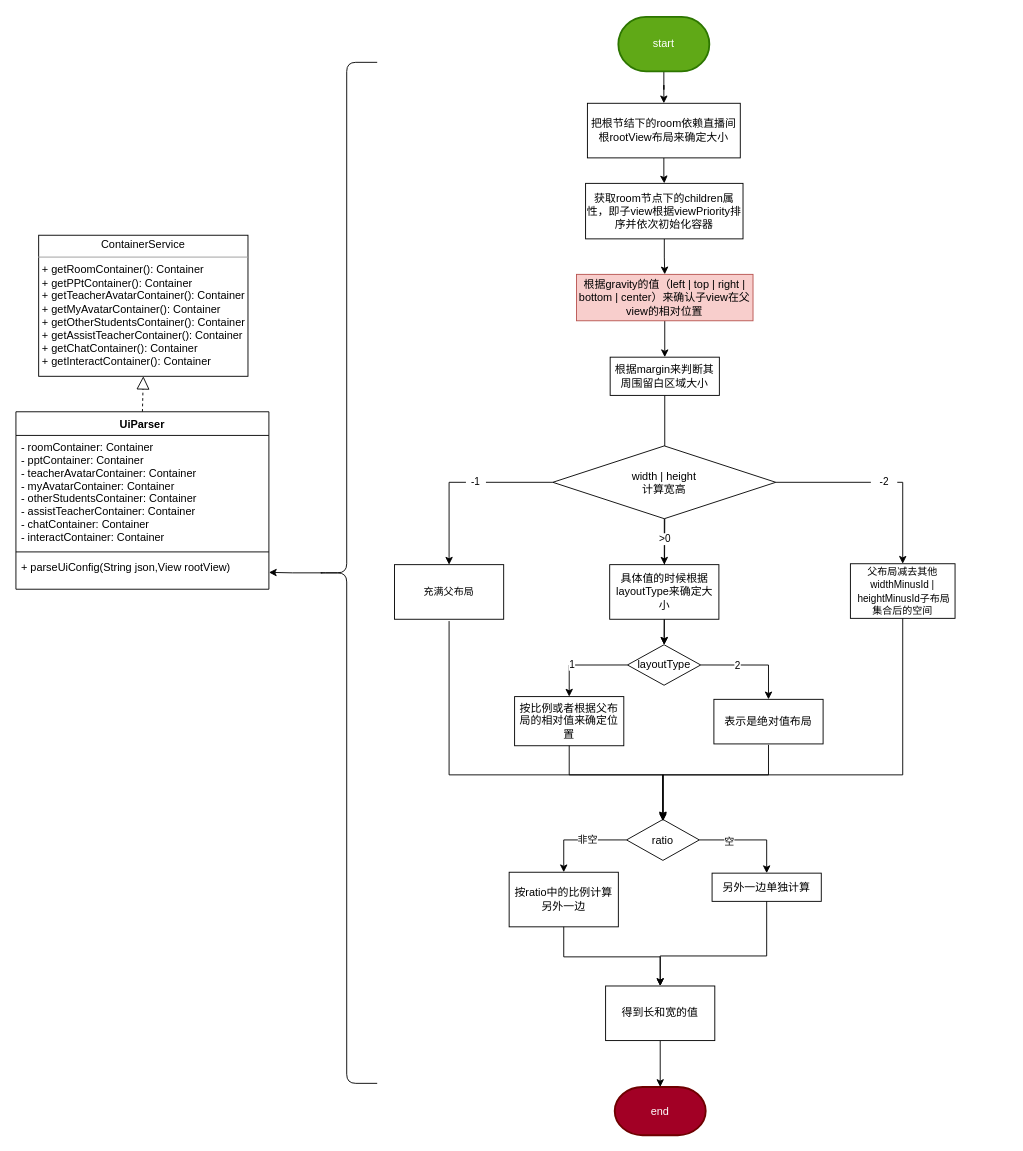
Earlier version of the draw.io diagram ui配置化类图+流程图.drawio (AuxLuffy/uiconfig). Source tidied: cells renumbered, new cells numbered last; positions are measured from the earlier drawing's top-left corner, leaving out a move shared by most shapes. Both pictures are drawn from the tidied source at 91%, with x=0, y=0 at pixel (15, 16).
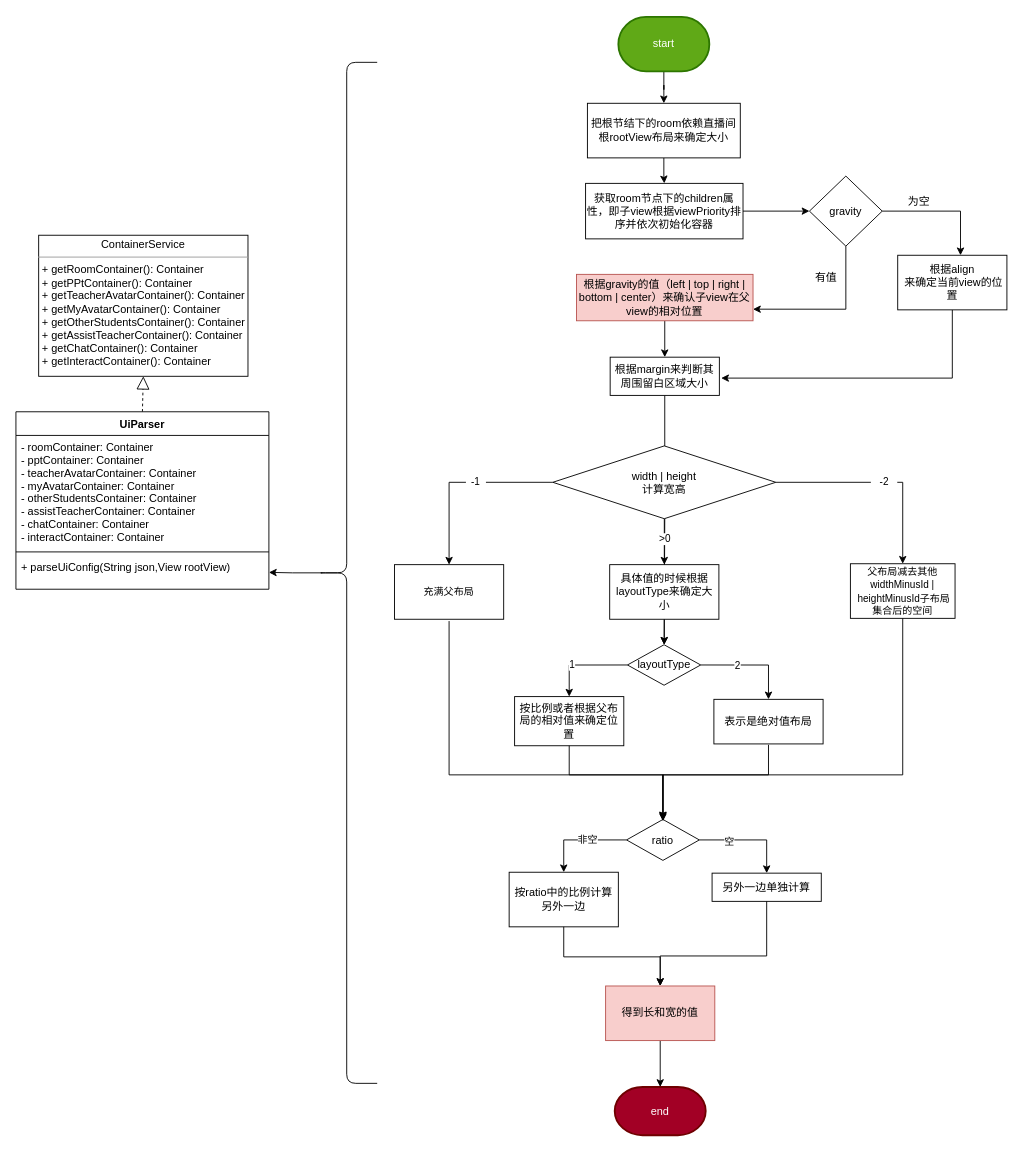
The same diagram, later.

The change refers to these unchanged cells:
```xml
<mxCell id="13" value="获取room节点下的children属性，即子view根据viewPriority排序并依次初始化容器" style="whiteSpace=wrap;html=1;rounded=0;" parent="1" vertex="1">
  <mxGeometry x="626" y="183" width="173" height="61" as="geometry" />
</mxCell>
<mxCell id="16" value="根据gravity的值（left | top | right | bottom | center）来确认子view在父view的相对位置" style="rounded=0;whiteSpace=wrap;html=1;fillColor=#f8cecc;strokeColor=#b85450;" parent="1" vertex="1">
  <mxGeometry x="616" y="283" width="194" height="51" as="geometry" />
</mxCell>
```

Diff of the diagram source:
```diff
@@
-    <mxCell id="12" style="edgeStyle=orthogonalEdgeStyle;rounded=0;jettySize=auto;html=1;" parent="1" edge="1" source="13" target="16">
-      <mxGeometry relative="1" as="geometry" />
-    </mxCell>
+    <mxCell id="55" style="edgeStyle=orthogonalEdgeStyle;rounded=0;jettySize=auto;html=1;exitX=1;exitY=0.5;exitDx=0;exitDy=0;" parent="1" edge="1" source="13" target="58">
+      <mxGeometry relative="1" as="geometry" />
+    </mxCell>
@@
-    <mxCell id="49" value="得到长和宽的值" style="rounded=0;whiteSpace=wrap;html=1;" parent="1" vertex="1">
+    <mxCell id="49" value="得到长和宽的值" style="rounded=0;whiteSpace=wrap;html=1;fillColor=#f8cecc;strokeColor=#b85450;" parent="1" vertex="1">
       <mxGeometry x="648" y="1065" width="120" height="60" as="geometry" />
     </mxCell>
@@
+    <mxCell id="56" style="edgeStyle=orthogonalEdgeStyle;rounded=0;jettySize=auto;html=1;entryX=1;entryY=0.75;entryDx=0;entryDy=0;" parent="1" edge="1" source="58" target="16">
+      <mxGeometry relative="1" as="geometry">
+        <Array as="points">
+          <mxPoint x="912" y="321" />
+        </Array>
+      </mxGeometry>
+    </mxCell>
+    <mxCell id="57" style="edgeStyle=orthogonalEdgeStyle;rounded=0;jettySize=auto;html=1;entryX=0.575;entryY=0;entryDx=0;entryDy=0;entryPerimeter=0;" parent="1" edge="1" source="58" target="61">
+      <mxGeometry relative="1" as="geometry" />
+    </mxCell>
+    <mxCell id="58" value="&lt;span&gt;gravity&lt;/span&gt;" style="rhombus;whiteSpace=wrap;html=1;" parent="1" vertex="1">
+      <mxGeometry x="872" y="175" width="80" height="77" as="geometry" />
+    </mxCell>
+    <mxCell id="59" value="有值" style="text;html=1;align=center;verticalAlign=middle;strokeColor=none;" parent="1" vertex="1">
+      <mxGeometry x="873" y="278" width="34" height="18" as="geometry" />
+    </mxCell>
+    <mxCell id="60" style="edgeStyle=orthogonalEdgeStyle;rounded=0;jettySize=auto;html=1;" parent="1" edge="1" source="61">
+      <mxGeometry relative="1" as="geometry">
+        <mxPoint x="775" y="397" as="targetPoint" />
+        <Array as="points">
+          <mxPoint x="1029" y="397" />
+        </Array>
+      </mxGeometry>
+    </mxCell>
+    <mxCell id="61" value="根据align&lt;br&gt;&amp;nbsp;来确定当前view的位置" style="rounded=0;whiteSpace=wrap;html=1;" parent="1" vertex="1">
+      <mxGeometry x="969" y="262" width="120" height="60" as="geometry" />
+    </mxCell>
+    <mxCell id="62" value="为空" style="text;html=1;align=center;verticalAlign=middle;strokeColor=none;" parent="1" vertex="1">
+      <mxGeometry x="975" y="194" width="34" height="18" as="geometry" />
+    </mxCell>
```
